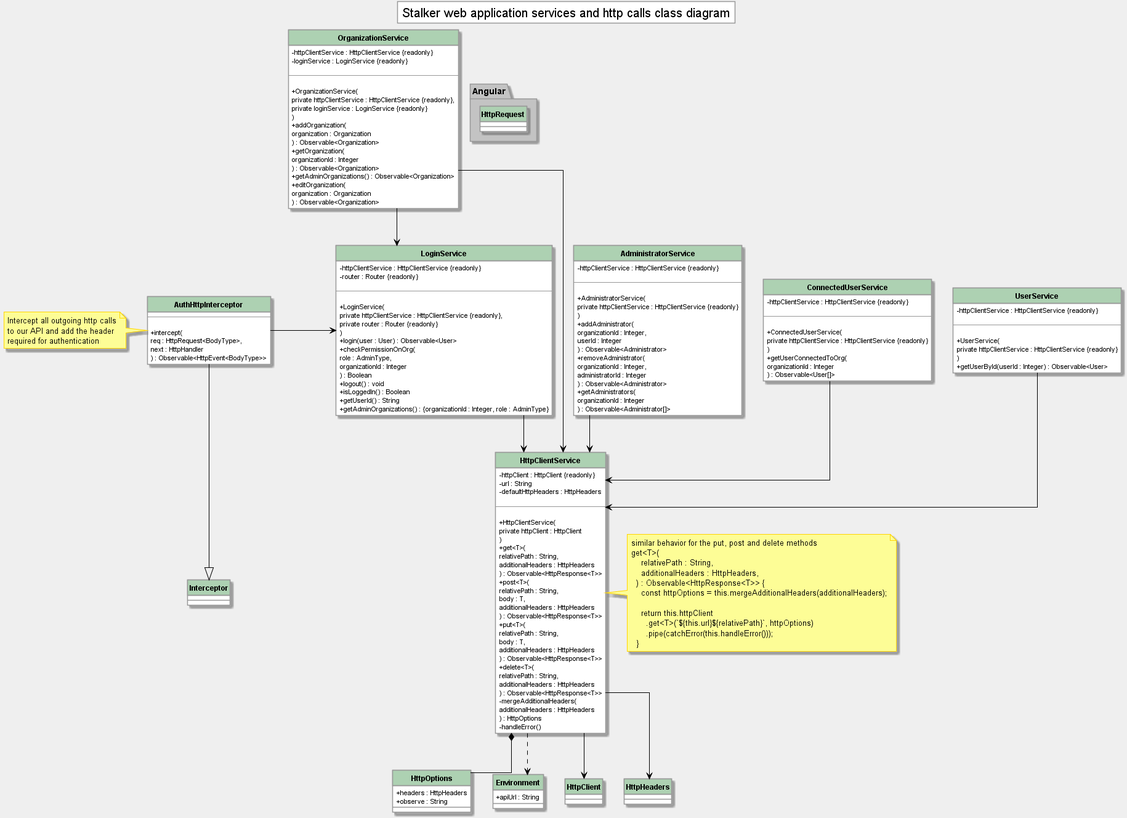
Earlier version of the PlantUML export esterni/manuale-manutentore/components/architettura/img/webapp-http-calls-services.png (GruppOne/project-docs). Its diagram source:
```plantuml
@startuml http calls to API through services diagram

hide circle

skinparam {
  ArrowColor #000
  BackgroundColor #efefef
  DefaultFontName Roboto
  Linetype ortho
  NoteFontName Roboto
  SequenceLifeLineBackgroundColor #989898
  SequenceLifeLineBorderColor #000
  SequenceMessageAlignment center
  SequenceTitleFontColor #000
  ParticipantPadding 10
  ResponseMessageBelowArrow true
  classAttributeIconSize 0
  TitleFontSize 20
  TitleBorderColor #989898
  TitleBackgroundColor #fff

  Class {
    BackgroundColor #fff
    BorderColor #989898
    FontStyle bold
    HeaderBackgroundColor #add1b2
    StereotypeFontStyle normal
  }

  Class<<interface>> {
    HeaderBackgroundColor #b4a7e5
  }

  Class<<enumeration>> {
    HeaderBackgroundColor #eb937f
  }

  Package {
    BackgroundColor #c3c3c3
    BorderColor #989898
  }

  Note {
    BackgroundColor #fdfd96
    BorderColor #ffd400
  }

  Participant {
    BackgroundColor #fff
    BorderColor #989898
    FontStyle bold
  }
}

class AdministratorService {
  - httpClientService : HttpClientService {readonly}

  --

  + AdministratorService(
    private httpClientService : HttpClientService {readonly}
    )
  + addAdministrator(
    organizationId : Integer,
    userId : Integer
    ) : Observable<Administrator>
  + removeAdministrator(
    organizationId : Integer,
    administratorId : Integer
    ) : Observable<Administrator>
  + getAdministrators(
    organizationId : Integer
    ) : Observable<Administrator[]>
}
class Interceptor

class AuthHttpInterceptor {
  --

  + intercept(
    req : HttpRequest<BodyType>,
    next : HttpHandler
    ) : Observable<HttpEvent<BodyType>>
}

note left of AuthHttpInterceptor
Intercept all outgoing http calls
to our API and add the header
required for authentication
end note
class ConnectedUserService {
  - httpClientService : HttpClientService {readonly}

  --

  + ConnectedUserService(
    private httpClientService : HttpClientService {readonly}
    )
  + getUserConnectedToOrg(
    organizationId : Integer
    ) : Observable<User[]>
}
class HttpOptions  {
  + headers : HttpHeaders
  + observe : String
}
 class HttpClientService {
  - httpClient : HttpClient {readonly}
  - url : String
  - defaultHttpHeaders : HttpHeaders

  --

  + HttpClientService(
    private httpClient : HttpClient
    )
  + get<T>(
    relativePath : String,
    additionalHeaders : HttpHeaders
    ) : Observable<HttpResponse<T>>
  + post<T>(
    relativePath : String,
    body : T,
    additionalHeaders : HttpHeaders
    ) : Observable<HttpResponse<T>>
  + put<T>(
    relativePath : String,
    body : T,
    additionalHeaders : HttpHeaders
    ) : Observable<HttpResponse<T>>
  + delete<T>(
    relativePath : String,
    additionalHeaders : HttpHeaders
    ) : Observable<HttpResponse<T>>
  - mergeAdditionalHeaders(
    additionalHeaders : HttpHeaders
    ) : HttpOptions
  - handleError()
 }

note right of HttpClientService
similar behavior for the put, post and delete methods
get<T>(
    relativePath : String,
    additionalHeaders : HttpHeaders,
  ) : Observable<HttpResponse<T>> {
    const httpOptions = this.mergeAdditionalHeaders(additionalHeaders);

    return this.httpClient
      .get<T>(`${this.url}${relativePath}`, httpOptions)
      .pipe(catchError(this.handleError()));
  }
end note

HttpClientService *-- HttpOptions
class LoginService {
  - httpClientService : HttpClientService {readonly}
  - router : Router {readonly}

  --

  + LoginService(
    private httpClientService : HttpClientService {readonly},
    private router : Router {readonly}
    )
  + login(user : User) : Observable<User>
  + checkPermissionOnOrg(
    role : AdminType,
    organizationId : Integer
    ) : Boolean
  + logout() : void
  + isLoggedIn() : Boolean
  + getUserId() : String
  + getAdminOrganizations() : {organizationId : Integer, role : AdminType}
}
class OrganizationService {
  - httpClientService : HttpClientService {readonly}
  - loginService : LoginService {readonly}

  --

 + OrganizationService(
   private httpClientService : HttpClientService {readonly},
   private loginService : LoginService {readonly}
   )
 + addOrganization(
   organization : Organization
   ) : Observable<Organization>
 + getOrganization(
   organizationId : Integer
   ) : Observable<Organization>
    + getAdminOrganizations() : Observable<Organization>
 + editOrganization(
   organization : Organization
   ) : Observable<Organization>
}
class UserService {
  - httpClientService : HttpClientService {readonly}

  --

  + UserService(
    private httpClientService : HttpClientService {readonly}
    )
  + getUserById(userId : Integer) : Observable<User>
}

class Environment {
  + apiUrl : String
}

title Stalker web application services and http calls class diagram

package Angular{
  class HttpRequest
  class Interceptor
}
AdministratorService --> HttpClientService


ConnectedUserService --> HttpClientService


HttpClientService ..> Environment
HttpClientService --> HttpClient
HttpClientService --> HttpHeaders


LoginService --> HttpClientService


OrganizationService --> HttpClientService
OrganizationService --> LoginService


UserService --> HttpClientService

AuthHttpInterceptor -[hidden]> HttpClientService
AuthHttpInterceptor -> LoginService
AuthHttpInterceptor --|> Interceptor

@enduml
```
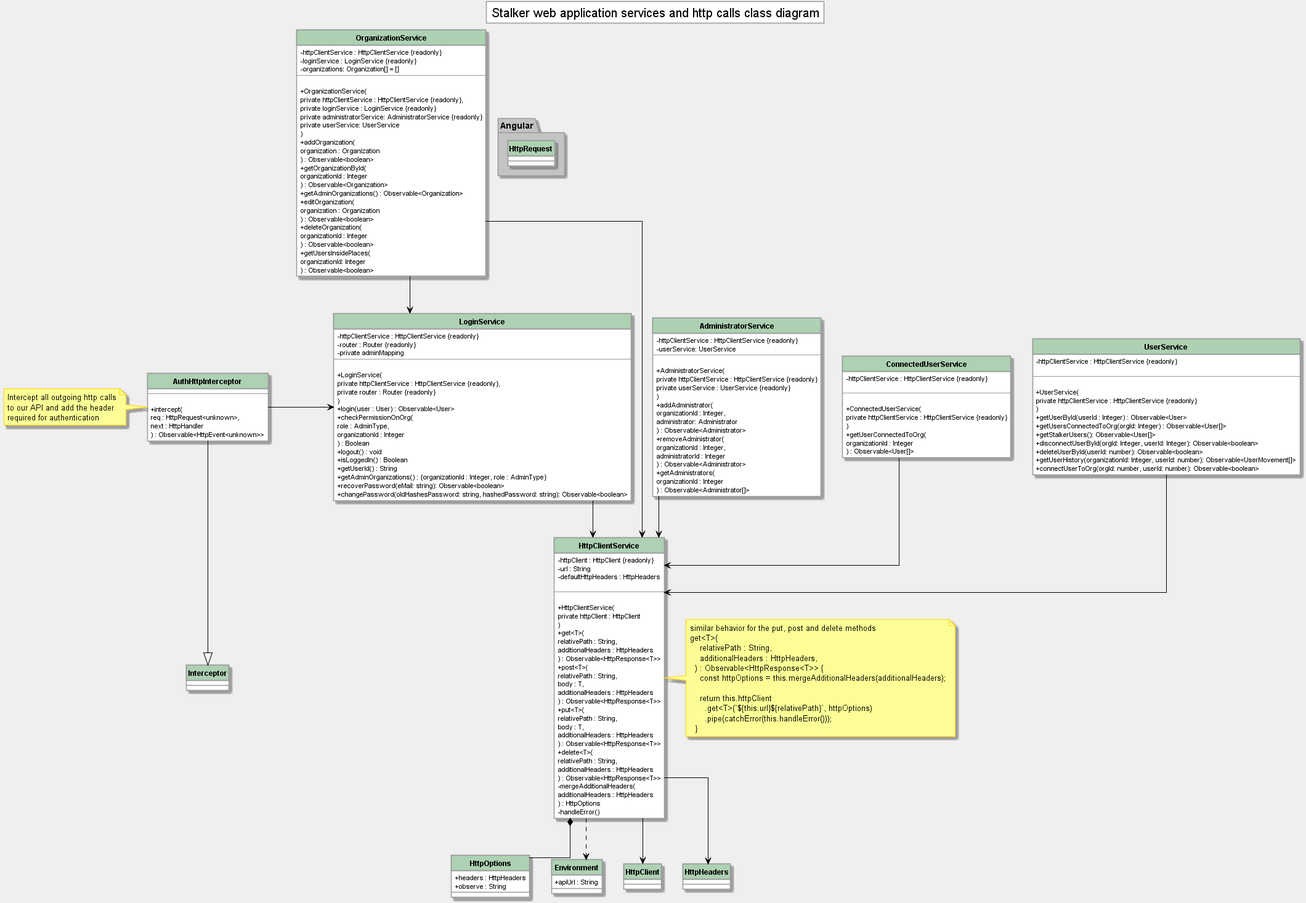
Later version of the same file.

The edit, as a diff of the source:
```diff
@@ -1,213 +1,15 @@
 @startuml http calls to API through services diagram
+!include ../../style/class.pu
 
-hide circle
+!include ../services/administratorservice.pu
+!include ../services/auth-http-interceptorservice.pu
+!include ../services/connected-userservice.pu
+!include ../services/http-clientservice.pu
+!include ../services/loginservice.pu
+!include ../services/organizationservice.pu
+!include ../services/userservice.pu
 
-skinparam {
-  ArrowColor #000
-  BackgroundColor #efefef
-  DefaultFontName Roboto
-  Linetype ortho
-  NoteFontName Roboto
-  SequenceLifeLineBackgroundColor #989898
-  SequenceLifeLineBorderColor #000
-  SequenceMessageAlignment center
-  SequenceTitleFontColor #000
-  ParticipantPadding 10
-  ResponseMessageBelowArrow true
-  classAttributeIconSize 0
-  TitleFontSize 20
-  TitleBorderColor #989898
-  TitleBackgroundColor #fff
-
-  Class {
-    BackgroundColor #fff
-    BorderColor #989898
-    FontStyle bold
-    HeaderBackgroundColor #add1b2
-    StereotypeFontStyle normal
-  }
-
-  Class<<interface>> {
-    HeaderBackgroundColor #b4a7e5
-  }
-
-  Class<<enumeration>> {
-    HeaderBackgroundColor #eb937f
-  }
-
-  Package {
-    BackgroundColor #c3c3c3
-    BorderColor #989898
-  }
-
-  Note {
-    BackgroundColor #fdfd96
-    BorderColor #ffd400
-  }
-
-  Participant {
-    BackgroundColor #fff
-    BorderColor #989898
-    FontStyle bold
-  }
-}
-
-class AdministratorService {
-  - httpClientService : HttpClientService {readonly}
-
-  --
-
-  + AdministratorService(
-    private httpClientService : HttpClientService {readonly}
-    )
-  + addAdministrator(
-    organizationId : Integer,
-    userId : Integer
-    ) : Observable<Administrator>
-  + removeAdministrator(
-    organizationId : Integer,
-    administratorId : Integer
-    ) : Observable<Administrator>
-  + getAdministrators(
-    organizationId : Integer
-    ) : Observable<Administrator[]>
-}
-class Interceptor
-
-class AuthHttpInterceptor {
-  --
-
-  + intercept(
-    req : HttpRequest<BodyType>,
-    next : HttpHandler
-    ) : Observable<HttpEvent<BodyType>>
-}
-
-note left of AuthHttpInterceptor
-Intercept all outgoing http calls
-to our API and add the header
-required for authentication
-end note
-class ConnectedUserService {
-  - httpClientService : HttpClientService {readonly}
-
-  --
-
-  + ConnectedUserService(
-    private httpClientService : HttpClientService {readonly}
-    )
-  + getUserConnectedToOrg(
-    organizationId : Integer
-    ) : Observable<User[]>
-}
-class HttpOptions  {
-  + headers : HttpHeaders
-  + observe : String
-}
- class HttpClientService {
-  - httpClient : HttpClient {readonly}
-  - url : String
-  - defaultHttpHeaders : HttpHeaders
-
-  --
-
-  + HttpClientService(
-    private httpClient : HttpClient
-    )
-  + get<T>(
-    relativePath : String,
-    additionalHeaders : HttpHeaders
-    ) : Observable<HttpResponse<T>>
-  + post<T>(
-    relativePath : String,
-    body : T,
-    additionalHeaders : HttpHeaders
-    ) : Observable<HttpResponse<T>>
-  + put<T>(
-    relativePath : String,
-    body : T,
-    additionalHeaders : HttpHeaders
-    ) : Observable<HttpResponse<T>>
-  + delete<T>(
-    relativePath : String,
-    additionalHeaders : HttpHeaders
-    ) : Observable<HttpResponse<T>>
-  - mergeAdditionalHeaders(
-    additionalHeaders : HttpHeaders
-    ) : HttpOptions
-  - handleError()
- }
-
-note right of HttpClientService
-similar behavior for the put, post and delete methods
-get<T>(
-    relativePath : String,
-    additionalHeaders : HttpHeaders,
-  ) : Observable<HttpResponse<T>> {
-    const httpOptions = this.mergeAdditionalHeaders(additionalHeaders);
-
-    return this.httpClient
-      .get<T>(`${this.url}${relativePath}`, httpOptions)
-      .pipe(catchError(this.handleError()));
-  }
-end note
-
-HttpClientService *-- HttpOptions
-class LoginService {
-  - httpClientService : HttpClientService {readonly}
-  - router : Router {readonly}
-
-  --
-
-  + LoginService(
-    private httpClientService : HttpClientService {readonly},
-    private router : Router {readonly}
-    )
-  + login(user : User) : Observable<User>
-  + checkPermissionOnOrg(
-    role : AdminType,
-    organizationId : Integer
-    ) : Boolean
-  + logout() : void
-  + isLoggedIn() : Boolean
-  + getUserId() : String
-  + getAdminOrganizations() : {organizationId : Integer, role : AdminType}
-}
-class OrganizationService {
-  - httpClientService : HttpClientService {readonly}
-  - loginService : LoginService {readonly}
-
-  --
-
- + OrganizationService(
-   private httpClientService : HttpClientService {readonly},
-   private loginService : LoginService {readonly}
-   )
- + addOrganization(
-   organization : Organization
-   ) : Observable<Organization>
- + getOrganization(
-   organizationId : Integer
-   ) : Observable<Organization>
-    + getAdminOrganizations() : Observable<Organization>
- + editOrganization(
-   organization : Organization
-   ) : Observable<Organization>
-}
-class UserService {
-  - httpClientService : HttpClientService {readonly}
-
-  --
-
-  + UserService(
-    private httpClientService : HttpClientService {readonly}
-    )
-  + getUserById(userId : Integer) : Observable<User>
-}
-
-class Environment {
-  + apiUrl : String
-}
+!include ../classes/Environment/Environment.pu
 
 title Stalker web application services and http calls class diagram
 
```
